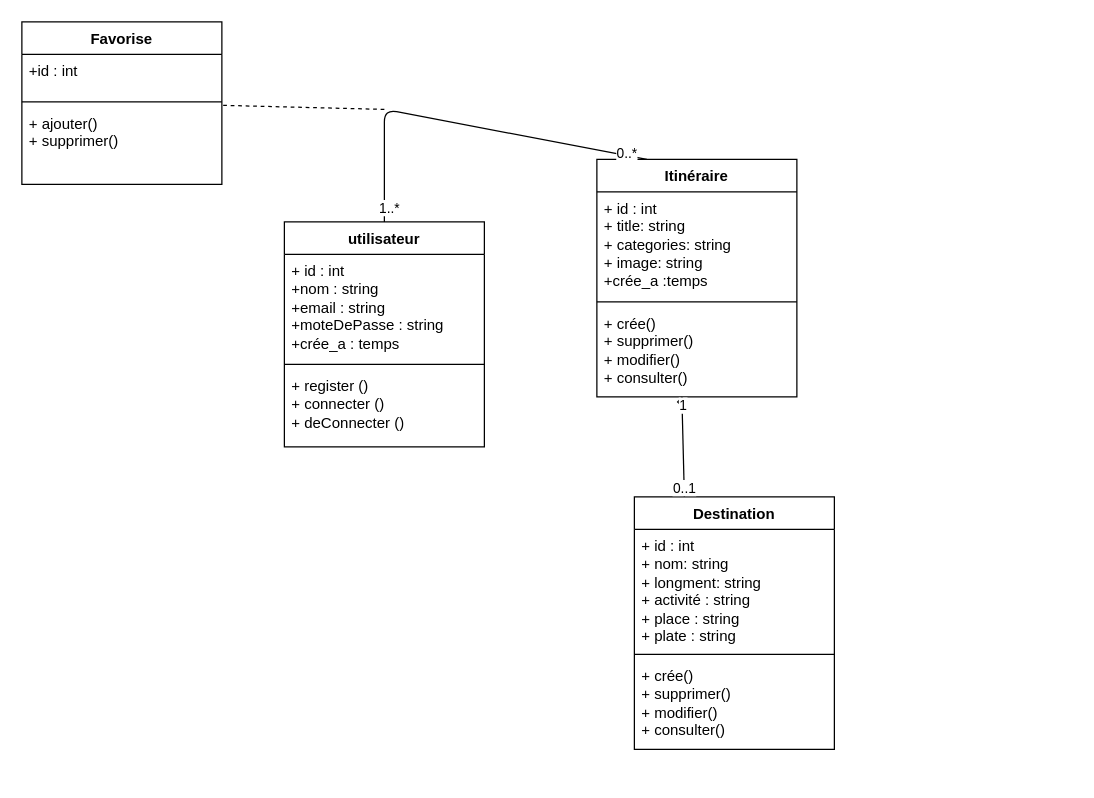
Above: UML/diagrammeClasse.drawio in Hanane2001/MarocExplore (draw.io), before the change. Source tidied: cells renumbered, new cells numbered last; positions are measured from the earlier drawing's top-left corner, leaving out a move shared by most shapes. Both pictures are drawn from the tidied source at 125%, with x=0, y=0 at pixel (21, 21).
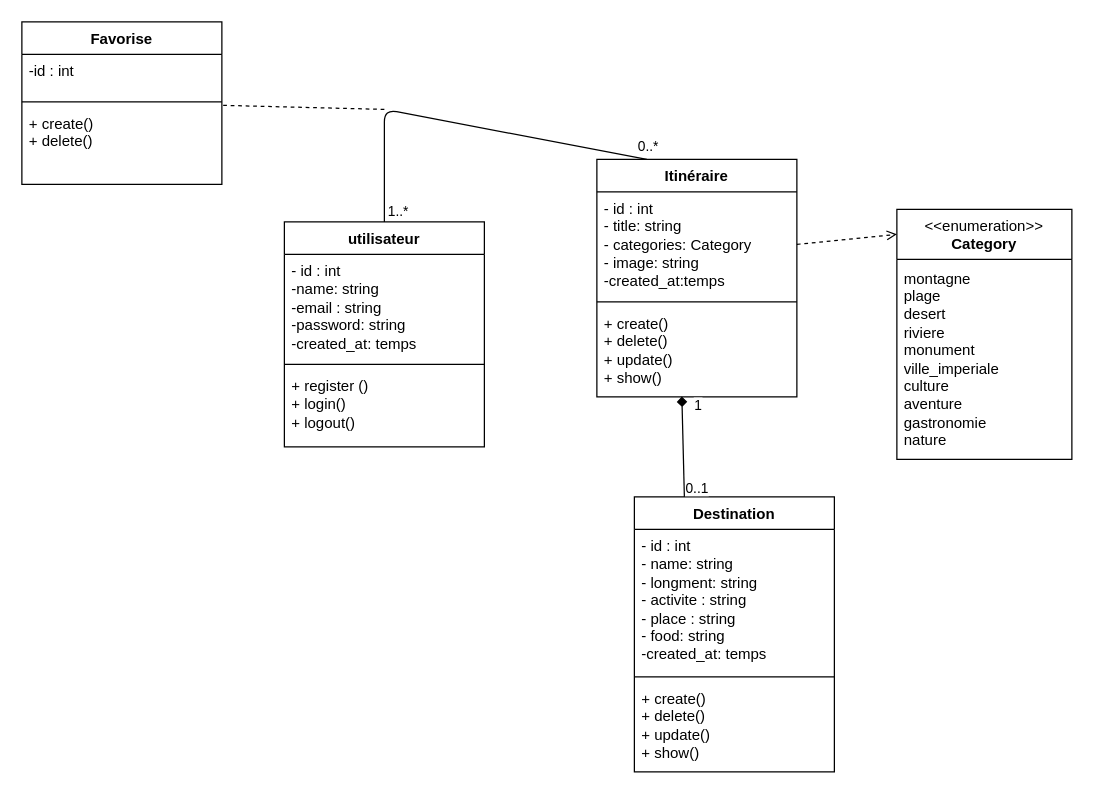
The same page after the edit.

Commit message:
modifier le diagramme de classe

Unchanged cells that the change refers to:
```xml
<mxCell id="2" value="utilisateur" style="swimlane;fontStyle=1;align=center;verticalAlign=top;horizontal=1;startSize=26;whiteSpace=wrap;html=1;" parent="1" vertex="1">
  <mxGeometry x="210" y="160" width="160" height="180" as="geometry" />
</mxCell>
<mxCell id="6" value="Itinéraire" style="swimlane;fontStyle=1;align=center;verticalAlign=top;horizontal=1;startSize=26;whiteSpace=wrap;html=1;" parent="1" vertex="1">
  <mxGeometry x="460" y="110" width="160" height="190" as="geometry" />
</mxCell>
<mxCell id="14" value="Favorise" style="swimlane;fontStyle=1;align=center;verticalAlign=top;horizontal=1;startSize=26;whiteSpace=wrap;html=1;" parent="1" vertex="1">
  <mxGeometry width="160" height="130" as="geometry" />
</mxCell>
<mxCell id="18" style="edgeStyle=none;html=1;exitX=0.5;exitY=0;exitDx=0;exitDy=0;entryX=0.25;entryY=0;entryDx=0;entryDy=0;endArrow=none;endFill=0;" parent="1" edge="1" source="2" target="6">
  <mxGeometry relative="1" as="geometry">
    <Array as="points">
      <mxPoint x="290" y="70" />
    </Array>
  </mxGeometry>
</mxCell>
<mxCell id="22" style="edgeStyle=none;html=1;exitX=0.25;exitY=0;exitDx=0;exitDy=0;entryX=0.425;entryY=0.997;entryDx=0;entryDy=0;entryPerimeter=0;endArrow=diamond;endFill=1;" parent="1" edge="1" source="10" target="9">
  <mxGeometry relative="1" as="geometry" />
</mxCell>
```

What changed in the source:
```diff
@@
-    <mxCell id="3" value="+ id : int&amp;nbsp;&lt;div&gt;+nom : string&lt;/div&gt;&lt;div&gt;+email : string&lt;/div&gt;&lt;div&gt;+moteDePasse : string&lt;/div&gt;&lt;div&gt;+crée_a : temps&lt;/div&gt;" style="text;strokeColor=none;fillColor=none;align=left;verticalAlign=top;spacingLeft=4;spacingRight=4;overflow=hidden;whiteSpace=wrap;html=1;" parent="2" vertex="1">
+    <mxCell id="3" value="- id : int&amp;nbsp;&lt;div&gt;-name: string&lt;/div&gt;&lt;div&gt;-email : string&lt;/div&gt;&lt;div&gt;-password: string&lt;/div&gt;&lt;div&gt;-created_at: temps&lt;/div&gt;" style="text;strokeColor=none;fillColor=none;align=left;verticalAlign=top;spacingLeft=4;spacingRight=4;overflow=hidden;whiteSpace=wrap;html=1;" parent="2" vertex="1">
       <mxGeometry y="26" width="160" height="84" as="geometry" />
     </mxCell>
@@
-    <mxCell id="5" value="+ register ()&lt;div&gt;&lt;font color=&quot;#000000&quot;&gt;+ connecter ()&lt;/font&gt;&lt;/div&gt;&lt;div&gt;&lt;font color=&quot;#000000&quot;&gt;+ deConnecter ()&lt;br&gt;&lt;/font&gt;&lt;div&gt;&lt;br&gt;&lt;/div&gt;&lt;/div&gt;" style="text;strokeColor=none;fillColor=none;align=left;verticalAlign=top;spacingLeft=4;spacingRight=4;overflow=hidden;whiteSpace=wrap;html=1;" parent="2" vertex="1">
+    <mxCell id="5" value="+ register ()&lt;div&gt;&lt;font color=&quot;#000000&quot;&gt;+ login()&lt;/font&gt;&lt;/div&gt;&lt;div&gt;&lt;font color=&quot;#000000&quot;&gt;+ logout()&lt;br&gt;&lt;/font&gt;&lt;div&gt;&lt;br&gt;&lt;/div&gt;&lt;/div&gt;" style="text;strokeColor=none;fillColor=none;align=left;verticalAlign=top;spacingLeft=4;spacingRight=4;overflow=hidden;whiteSpace=wrap;html=1;" parent="2" vertex="1">
       <mxGeometry y="118" width="160" height="62" as="geometry" />
     </mxCell>
@@
-    <mxCell id="7" value="+ id : int&amp;nbsp;&lt;div&gt;+ title: string&lt;/div&gt;&lt;div&gt;+ categories: string&lt;/div&gt;&lt;div&gt;+ image: string&lt;/div&gt;&lt;div&gt;+crée_a :temps&lt;/div&gt;" style="text;strokeColor=none;fillColor=none;align=left;verticalAlign=top;spacingLeft=4;spacingRight=4;overflow=hidden;points=[[0,0.5],[1,0.5]];portConstraint=eastwest;whiteSpace=wrap;html=1;" parent="6" vertex="1">
+    <mxCell id="7" value="- id : int&amp;nbsp;&lt;div&gt;- title: string&lt;/div&gt;&lt;div&gt;- categories: Category&lt;/div&gt;&lt;div&gt;- image: string&lt;/div&gt;&lt;div&gt;-created_at:temps&lt;/div&gt;" style="text;strokeColor=none;fillColor=none;align=left;verticalAlign=top;spacingLeft=4;spacingRight=4;overflow=hidden;points=[[0,0.5],[1,0.5]];portConstraint=eastwest;whiteSpace=wrap;html=1;" parent="6" vertex="1">
       <mxGeometry y="26" width="160" height="84" as="geometry" />
     </mxCell>
@@
-    <mxCell id="9" value="+ crée()&lt;div&gt;&lt;font color=&quot;#000000&quot;&gt;+ supprimer()&lt;/font&gt;&lt;/div&gt;&lt;div&gt;&lt;font color=&quot;#000000&quot;&gt;+ modifier()&lt;/font&gt;&lt;/div&gt;&lt;div&gt;&lt;font color=&quot;#000000&quot;&gt;&lt;font color=&quot;#000000&quot;&gt;+ consulter()&lt;br&gt;&lt;/font&gt;&lt;/font&gt;&lt;div&gt;&lt;br&gt;&lt;/div&gt;&lt;/div&gt;" style="text;strokeColor=none;fillColor=none;align=left;verticalAlign=top;spacingLeft=4;spacingRight=4;overflow=hidden;points=[[0,0.5],[1,0.5]];portConstraint=eastwest;whiteSpace=wrap;html=1;" parent="6" vertex="1">
+    <mxCell id="9" value="+ create()&lt;div&gt;&lt;font color=&quot;#000000&quot;&gt;+ delete()&lt;/font&gt;&lt;/div&gt;&lt;div&gt;&lt;font color=&quot;#000000&quot;&gt;+ update()&lt;/font&gt;&lt;/div&gt;&lt;div&gt;&lt;font color=&quot;#000000&quot;&gt;&lt;font color=&quot;#000000&quot;&gt;+ show()&lt;br&gt;&lt;/font&gt;&lt;/font&gt;&lt;div&gt;&lt;br&gt;&lt;/div&gt;&lt;/div&gt;" style="text;strokeColor=none;fillColor=none;align=left;verticalAlign=top;spacingLeft=4;spacingRight=4;overflow=hidden;points=[[0,0.5],[1,0.5]];portConstraint=eastwest;whiteSpace=wrap;html=1;" parent="6" vertex="1">
       <mxGeometry y="118" width="160" height="72" as="geometry" />
     </mxCell>
     <mxCell id="10" value="Destination" style="swimlane;fontStyle=1;align=center;verticalAlign=top;horizontal=1;startSize=26;whiteSpace=wrap;html=1;" parent="1" vertex="1">
-      <mxGeometry x="490" y="380" width="160" height="202" as="geometry" />
+      <mxGeometry x="490" y="380" width="160" height="220" as="geometry" />
     </mxCell>
-    <mxCell id="11" value="+ id : int&amp;nbsp;&lt;div&gt;+ nom: string&lt;/div&gt;&lt;div&gt;+ longment: string&lt;/div&gt;&lt;div&gt;+ activité : string&lt;/div&gt;&lt;div&gt;+ place : string&lt;/div&gt;&lt;div&gt;+ plate : string&lt;/div&gt;" style="text;strokeColor=none;fillColor=none;align=left;verticalAlign=top;spacingLeft=4;spacingRight=4;overflow=hidden;whiteSpace=wrap;html=1;" parent="10" vertex="1">
-      <mxGeometry y="26" width="160" height="96" as="geometry" />
+    <mxCell id="11" value="- id : int&amp;nbsp;&lt;div&gt;- name: string&lt;/div&gt;&lt;div&gt;- longment: string&lt;/div&gt;&lt;div&gt;- activite : string&lt;/div&gt;&lt;div&gt;- place : string&lt;/div&gt;&lt;div&gt;- food: string&lt;/div&gt;&lt;div&gt;-created_at: temps&lt;/div&gt;" style="text;strokeColor=none;fillColor=none;align=left;verticalAlign=top;spacingLeft=4;spacingRight=4;overflow=hidden;whiteSpace=wrap;html=1;" parent="10" vertex="1">
+      <mxGeometry y="26" width="160" height="114" as="geometry" />
     </mxCell>
     <mxCell id="12" style="line;strokeWidth=1;fillColor=none;align=left;verticalAlign=middle;spacingTop=-1;spacingLeft=3;spacingRight=3;labelPosition=right;strokeColor=inherit;" parent="10" vertex="1">
-      <mxGeometry y="122" width="160" height="8" as="geometry" />
+      <mxGeometry y="140" width="160" height="8" as="geometry" />
     </mxCell>
-    <mxCell id="13" value="+ crée()&lt;div&gt;&lt;font color=&quot;#000000&quot;&gt;+ supprimer()&lt;/font&gt;&lt;/div&gt;&lt;div&gt;&lt;font color=&quot;#000000&quot;&gt;+ modifier()&lt;/font&gt;&lt;/div&gt;&lt;div&gt;&lt;font color=&quot;#000000&quot;&gt;&lt;font color=&quot;#000000&quot;&gt;+ consulter()&lt;br&gt;&lt;/font&gt;&lt;/font&gt;&lt;div&gt;&lt;br&gt;&lt;/div&gt;&lt;/div&gt;" style="text;strokeColor=none;fillColor=none;align=left;verticalAlign=top;spacingLeft=4;spacingRight=4;overflow=hidden;whiteSpace=wrap;html=1;" parent="10" vertex="1">
-      <mxGeometry y="130" width="160" height="72" as="geometry" />
+    <mxCell id="13" value="+ create()&lt;div&gt;&lt;font color=&quot;#000000&quot;&gt;+ delete()&lt;/font&gt;&lt;/div&gt;&lt;div&gt;&lt;font color=&quot;#000000&quot;&gt;+ update()&lt;/font&gt;&lt;/div&gt;&lt;div&gt;&lt;font color=&quot;#000000&quot;&gt;&lt;font color=&quot;#000000&quot;&gt;+ show()&lt;br&gt;&lt;/font&gt;&lt;/font&gt;&lt;div&gt;&lt;br&gt;&lt;/div&gt;&lt;/div&gt;" style="text;strokeColor=none;fillColor=none;align=left;verticalAlign=top;spacingLeft=4;spacingRight=4;overflow=hidden;whiteSpace=wrap;html=1;" parent="10" vertex="1">
+      <mxGeometry y="148" width="160" height="72" as="geometry" />
     </mxCell>
@@
-    <mxCell id="15" value="+id : int&amp;nbsp;" style="text;strokeColor=none;fillColor=none;align=left;verticalAlign=top;spacingLeft=4;spacingRight=4;overflow=hidden;whiteSpace=wrap;html=1;" parent="14" vertex="1">
+    <mxCell id="15" value="-id : int&amp;nbsp;" style="text;strokeColor=none;fillColor=none;align=left;verticalAlign=top;spacingLeft=4;spacingRight=4;overflow=hidden;whiteSpace=wrap;html=1;" parent="14" vertex="1">
       <mxGeometry y="26" width="160" height="34" as="geometry" />
     </mxCell>
@@
-    <mxCell id="17" value="+ ajouter()&lt;div&gt;&lt;font color=&quot;#000000&quot;&gt;+ supprimer()&lt;/font&gt;&lt;/div&gt;" style="text;strokeColor=none;fillColor=none;align=left;verticalAlign=top;spacingLeft=4;spacingRight=4;overflow=hidden;points=[[0,0.5],[1,0.5]];portConstraint=eastwest;whiteSpace=wrap;html=1;" parent="14" vertex="1">
+    <mxCell id="17" value="+ create()&lt;div&gt;&lt;font color=&quot;#000000&quot;&gt;+ delete()&lt;/font&gt;&lt;/div&gt;" style="text;strokeColor=none;fillColor=none;align=left;verticalAlign=top;spacingLeft=4;spacingRight=4;overflow=hidden;points=[[0,0.5],[1,0.5]];portConstraint=eastwest;whiteSpace=wrap;html=1;" parent="14" vertex="1">
       <mxGeometry y="68" width="160" height="62" as="geometry" />
     </mxCell>
@@
     <mxCell id="19" value="0..*" style="edgeLabel;html=1;align=center;verticalAlign=middle;" parent="18" vertex="1">
       <mxGeometry x="0.88" y="3" relative="1" as="geometry">
-        <mxPoint y="1" as="offset" />
+        <mxPoint x="17" y="-4" as="offset" />
       </mxGeometry>
     </mxCell>
     <mxCell id="20" value="1..*" style="edgeLabel;html=1;align=center;verticalAlign=middle;" parent="18" vertex="1">
       <mxGeometry x="-0.92" y="-2" relative="1" as="geometry">
-        <mxPoint x="1" as="offset" />
+        <mxPoint x="8" y="3" as="offset" />
       </mxGeometry>
     </mxCell>
@@
     <mxCell id="23" value="1" style="edgeLabel;html=1;align=center;verticalAlign=middle;" parent="22" vertex="1">
-      <mxGeometry x="0.85" relative="1" as="geometry" />
+      <mxGeometry x="0.85" relative="1" as="geometry">
+        <mxPoint x="12" as="offset" />
+      </mxGeometry>
     </mxCell>
     <mxCell id="24" value="0..1" style="edgeLabel;html=1;align=center;verticalAlign=middle;" parent="22" vertex="1">
-      <mxGeometry x="-0.79" relative="1" as="geometry" />
+      <mxGeometry x="-0.79" relative="1" as="geometry">
+        <mxPoint x="10" as="offset" />
+      </mxGeometry>
     </mxCell>
+    <mxCell id="25" value="&amp;lt;&amp;lt;enumeration&amp;gt;&amp;gt;&lt;br&gt;&lt;b&gt;Category&lt;/b&gt;" style="swimlane;fontStyle=0;align=center;verticalAlign=top;horizontal=1;startSize=40;html=1;whiteSpace=wrap;" parent="1" vertex="1">
+      <mxGeometry x="700" y="150" width="140" height="200" as="geometry" />
+    </mxCell>
+    <mxCell id="26" value="montagne&lt;div&gt;plage&lt;/div&gt;&lt;div&gt;desert&lt;/div&gt;&lt;div&gt;riviere&lt;/div&gt;&lt;div&gt;monument&lt;/div&gt;&lt;div&gt;ville_imperiale&lt;/div&gt;&lt;div&gt;culture&lt;/div&gt;&lt;div&gt;aventure&lt;/div&gt;&lt;div&gt;gastronomie&lt;/div&gt;&lt;div&gt;nature&lt;/div&gt;" style="text;html=1;strokeColor=none;fillColor=none;align=left;verticalAlign=middle;spacingLeft=4;spacingRight=4;overflow=hidden;whiteSpace=wrap;" parent="25" vertex="1">
+      <mxGeometry y="40" width="140" height="160" as="geometry" />
+    </mxCell>
+    <mxCell id="27" style="edgeStyle=none;html=1;exitX=1;exitY=0.5;exitDx=0;exitDy=0;entryX=0;entryY=0.1;entryDx=0;entryDy=0;entryPerimeter=0;endArrow=open;endFill=0;dashed=1;" parent="1" edge="1" source="7" target="25">
+      <mxGeometry relative="1" as="geometry" />
+    </mxCell>
```
